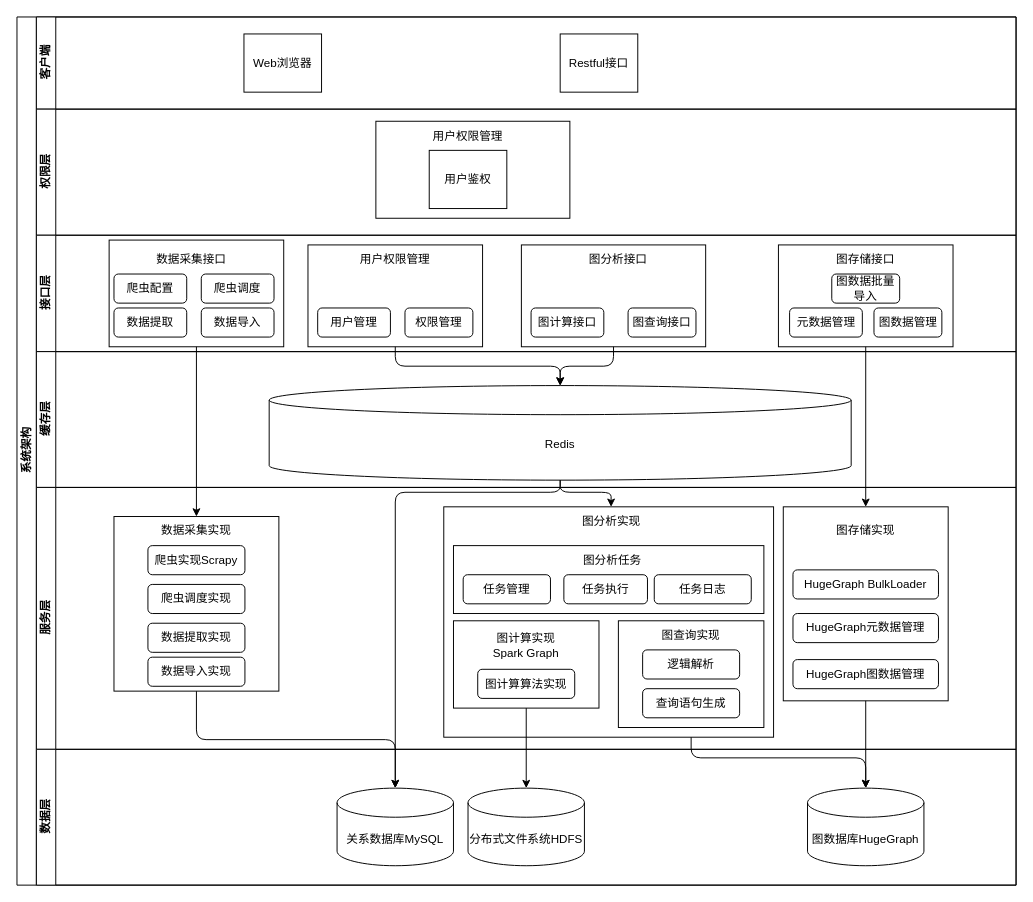
Above: 论文架构图.drawio in Missnaughty/drawio (draw.io), before the change. Source tidied: cells renumbered, new cells numbered last; positions are measured from the earlier drawing's top-left corner, leaving out a move shared by most shapes. Both pictures are drawn from the tidied source at 97%, with x=0, y=0 at pixel (16, 16).
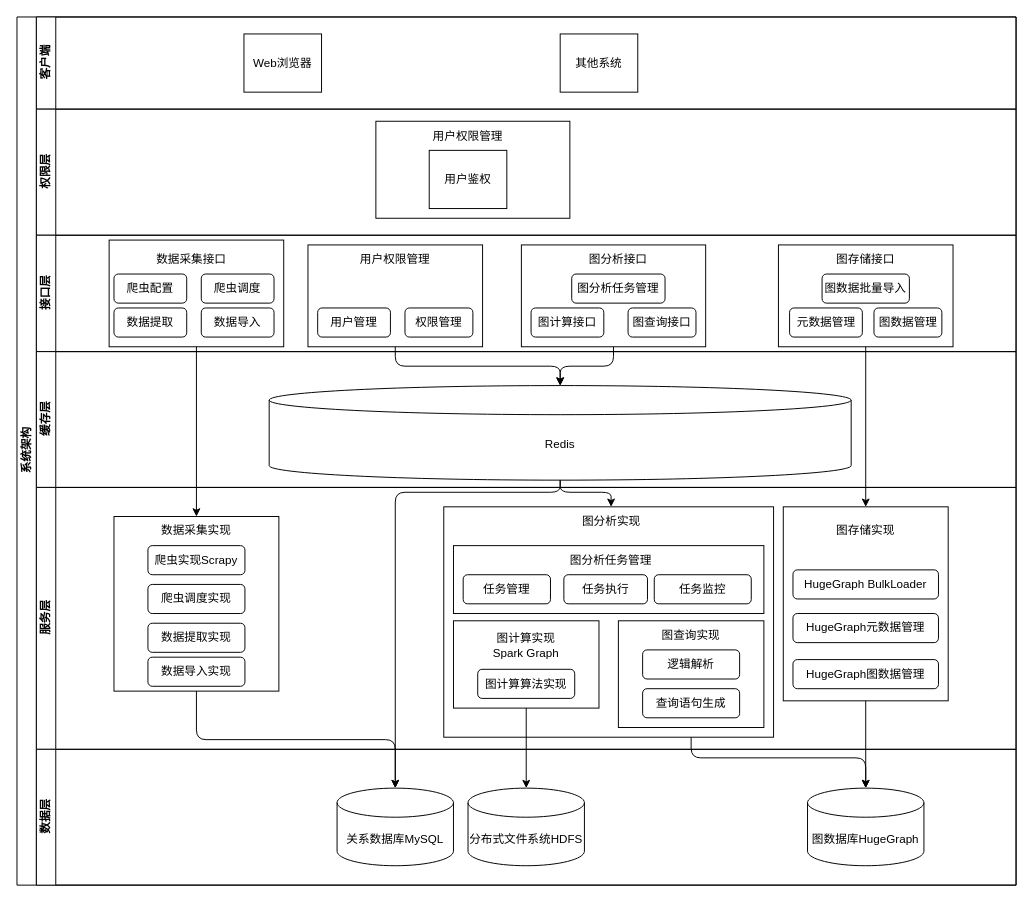
The same diagram, later.

Commit message:
更新论文架构图.drawio

The change refers to these unchanged cells:
```xml
<mxCell id="3" value="客户端" style="swimlane;html=1;startSize=20;horizontal=0;" parent="2" vertex="1">
  <mxGeometry x="20" width="1010" height="95" as="geometry" />
</mxCell>
<mxCell id="10" value="接口层" style="swimlane;html=1;startSize=20;horizontal=0;" parent="2" vertex="1">
  <mxGeometry x="20" y="225" width="1010" height="120" as="geometry" />
</mxCell>
<mxCell id="33" value="服务层" style="swimlane;html=1;startSize=20;horizontal=0;" parent="2" vertex="1">
  <mxGeometry x="20" y="485" width="1010" height="270" as="geometry" />
</mxCell>
```

Change to the diagram source:
```diff
@@
-    <mxCell id="5" value="Restful接口" style="rounded=0;whiteSpace=wrap;html=1;fontFamily=Helvetica;fontSize=12;fontColor=#000000;align=center;" parent="3" vertex="1">
+    <mxCell id="5" value="其他系统" style="rounded=0;whiteSpace=wrap;html=1;fontFamily=Helvetica;fontSize=12;fontColor=#000000;align=center;" parent="3" vertex="1">
       <mxGeometry x="540" y="17.5" width="80" height="60" as="geometry" />
     </mxCell>
@@
     <mxCell id="29" value="图数据批量导入" style="rounded=1;whiteSpace=wrap;html=1;" parent="10" vertex="1">
-      <mxGeometry x="820" y="40" width="70" height="30" as="geometry" />
+      <mxGeometry x="810" y="40" width="90" height="30" as="geometry" />
     </mxCell>
+    <mxCell id="72" value="图分析任务管理" style="rounded=1;whiteSpace=wrap;html=1;" parent="10" vertex="1">
+      <mxGeometry x="551.9" y="40" width="96.2" height="30" as="geometry" />
+    </mxCell>
@@
-    <mxCell id="49" value="图分析任务" style="text;html=1;strokeColor=none;fillColor=none;align=center;verticalAlign=middle;whiteSpace=wrap;rounded=0;" parent="33" vertex="1">
-      <mxGeometry x="555" y="60" width="77.5" height="30" as="geometry" />
+    <mxCell id="49" value="图分析任务管理" style="text;html=1;strokeColor=none;fillColor=none;align=center;verticalAlign=middle;whiteSpace=wrap;rounded=0;" parent="33" vertex="1">
+      <mxGeometry x="546.2" y="60" width="92.5" height="30" as="geometry" />
     </mxCell>
@@
-    <mxCell id="52" value="任务日志" style="rounded=1;whiteSpace=wrap;html=1;" parent="33" vertex="1">
+    <mxCell id="52" value="任务监控" style="rounded=1;whiteSpace=wrap;html=1;" parent="33" vertex="1">
       <mxGeometry x="637" y="90" width="100" height="30" as="geometry" />
     </mxCell>
```
